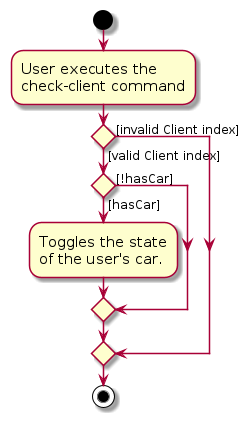
Earlier version of the PlantUML export diagrams/CheckClientActivityDiagram.png (AY2425S1-CS2103T-T14-3/tp). Its source is kept beside it as diagrams/CheckClientActivityDiagram.puml.
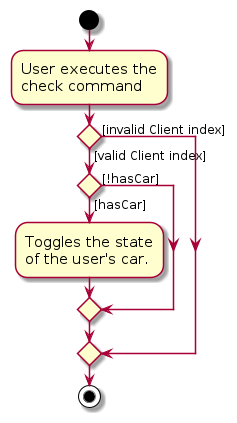
After the change.

Diff of the diagram source:
```diff
@@ -4,7 +4,7 @@
 skinparam ArrowFontSize 12
 start
 :User executes the
-check-client command;
+check command;
 
 
 if () then ([invalid Client index])
```
